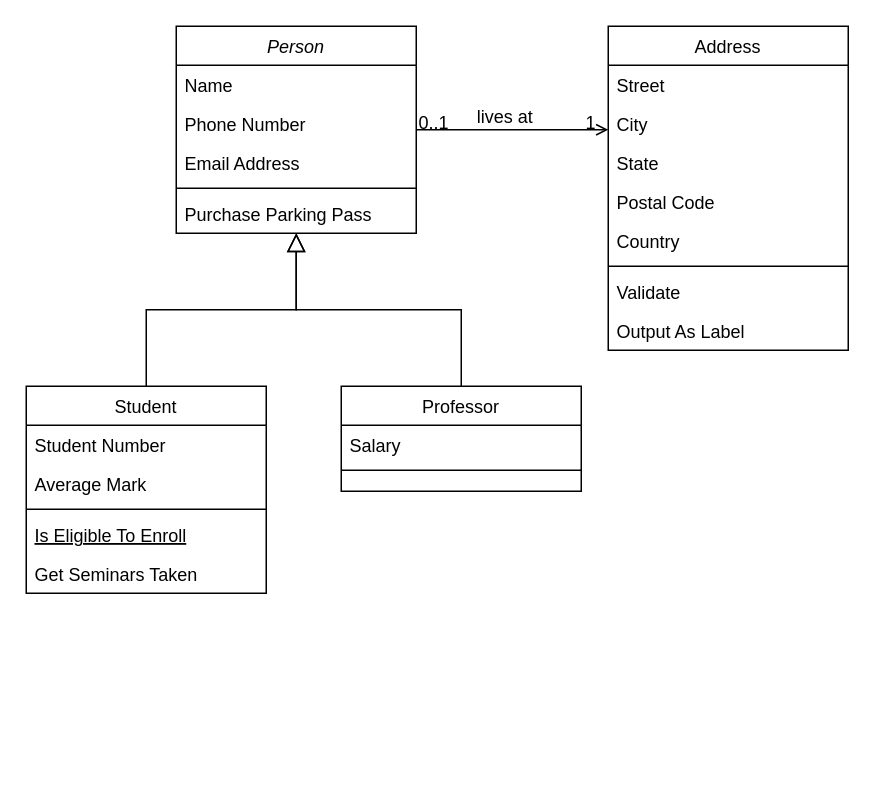
jaewoo202017499/DUST-ART keeps this draw.io diagram as 제목 없는 다이어그램.drawio. Above is the earlier version. Source tidied: cells renumbered, new cells numbered last; positions are measured from the earlier drawing's top-left corner, leaving out a move shared by most shapes. Both pictures are drawn from the tidied source at 150%, with x=0, y=0 at pixel (26, 26).
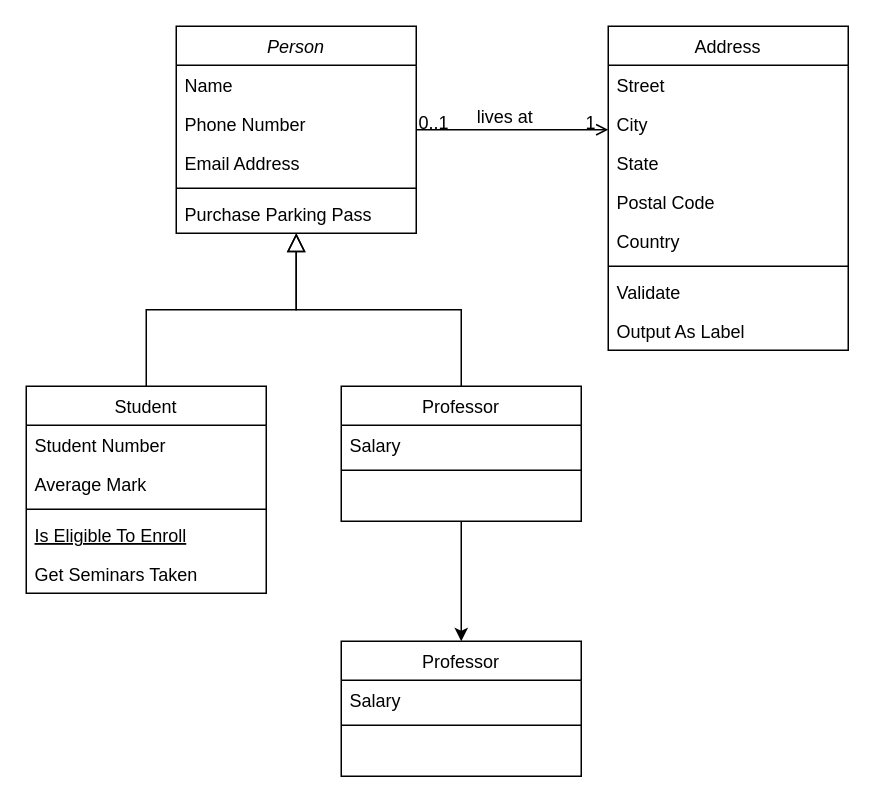
After the change.

Commit message:
제목 없는 다이어그램.drawio 업데이트

What changed in the source:
```diff
@@
+    <mxCell id="32" style="edgeStyle=orthogonalEdgeStyle;rounded=0;jettySize=auto;html=1;" parent="1" edge="1" source="15" target="33">
+      <mxGeometry relative="1" as="geometry" />
+    </mxCell>
     <mxCell id="15" value="Professor" style="swimlane;fontStyle=0;align=center;verticalAlign=top;horizontal=1;startSize=26;rounded=0;shadow=0;strokeWidth=1;" parent="1" vertex="1">
-      <mxGeometry x="210" y="240" width="160" height="70" as="geometry" />
+      <mxGeometry x="210" y="240" width="160" height="90" as="geometry" />
     </mxCell>
@@
+    <mxCell id="33" value="Professor" style="swimlane;fontStyle=0;align=center;verticalAlign=top;horizontal=1;startSize=26;rounded=0;shadow=0;strokeWidth=1;" parent="1" vertex="1">
+      <mxGeometry x="210" y="410" width="160" height="90" as="geometry" />
+    </mxCell>
+    <mxCell id="34" value="Salary" style="text;align=left;verticalAlign=top;spacingLeft=4;spacingRight=4;overflow=hidden;" parent="33" vertex="1">
+      <mxGeometry y="26" width="160" height="26" as="geometry" />
+    </mxCell>
+    <mxCell id="35" style="line;html=1;strokeWidth=1;align=left;verticalAlign=middle;spacingTop=-1;spacingLeft=3;spacingRight=3;labelPosition=right;" parent="33" vertex="1">
+      <mxGeometry y="52" width="160" height="8" as="geometry" />
+    </mxCell>
```
